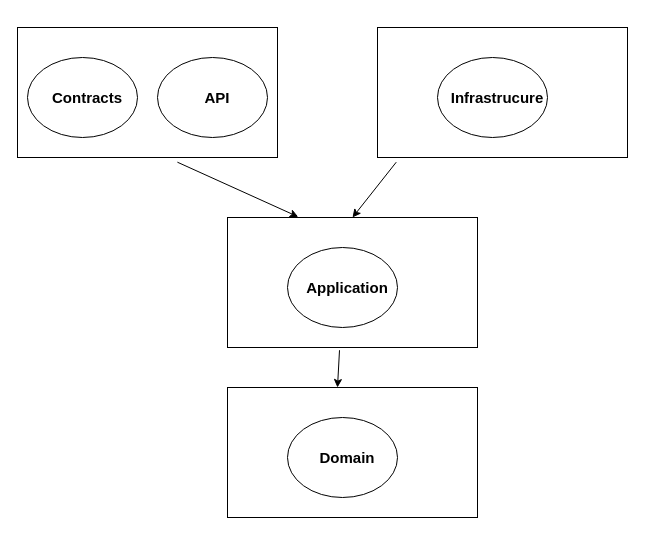
karthik2265/BuberDinner keeps this draw.io diagram as Untitled Diagram.drawio. Above is the earlier version. Source tidied: cells renumbered, new cells numbered last; positions are measured from the earlier drawing's top-left corner, leaving out a move shared by most shapes. Both pictures are drawn from the tidied source at 100%, with x=0, y=0 at pixel (17, 27).
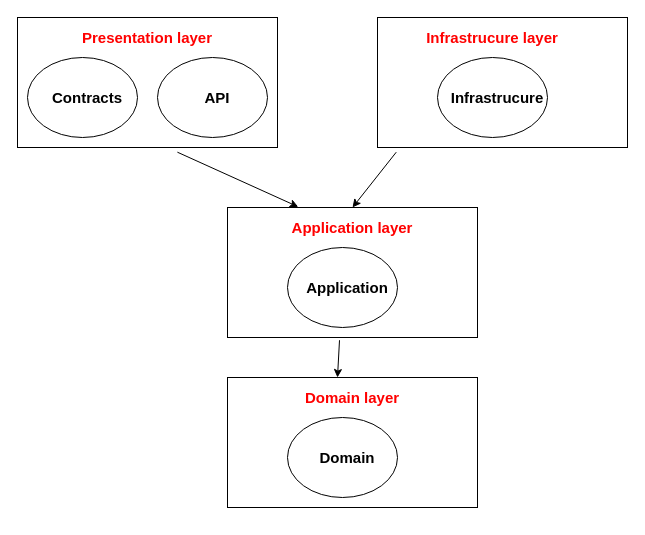
Above is the later version.

Commit message:
proj and struct with layers

Change to the diagram source:
```diff
@@
     <mxCell id="2" style="rounded=0;whiteSpace=wrap;html=1;" parent="1" vertex="1">
-      <mxGeometry width="260" height="130" as="geometry" />
+      <mxGeometry y="-10" width="260" height="130" as="geometry" />
     </mxCell>
@@
     <mxCell id="9" style="rounded=0;whiteSpace=wrap;html=1;fontSize=15;" parent="1" vertex="1">
-      <mxGeometry x="360" width="250" height="130" as="geometry" />
+      <mxGeometry x="360" y="-10" width="250" height="130" as="geometry" />
     </mxCell>
@@
     <mxCell id="13" style="rounded=0;whiteSpace=wrap;html=1;fontSize=15;" parent="1" vertex="1">
-      <mxGeometry x="210" y="190" width="250" height="130" as="geometry" />
+      <mxGeometry x="210" y="180" width="250" height="130" as="geometry" />
     </mxCell>
@@
     <mxCell id="17" style="rounded=0;whiteSpace=wrap;html=1;fontSize=15;" parent="1" vertex="1">
-      <mxGeometry x="210" y="360" width="250" height="130" as="geometry" />
+      <mxGeometry x="210" y="350" width="250" height="130" as="geometry" />
     </mxCell>
@@
+    <mxCell id="24" value="&lt;b style=&quot;&quot;&gt;&lt;font color=&quot;#ff0000&quot;&gt;Presentation layer&lt;/font&gt;&lt;/b&gt;" style="text;html=1;strokeColor=none;fillColor=none;align=center;verticalAlign=middle;whiteSpace=wrap;rounded=0;fontSize=15;" parent="1" vertex="1">
+      <mxGeometry x="55" y="-10" width="150" height="40" as="geometry" />
+    </mxCell>
+    <mxCell id="25" value="&lt;b style=&quot;&quot;&gt;&lt;font color=&quot;#ff0000&quot;&gt;Domain layer&lt;/font&gt;&lt;/b&gt;" style="text;html=1;strokeColor=none;fillColor=none;align=center;verticalAlign=middle;whiteSpace=wrap;rounded=0;fontSize=15;" parent="1" vertex="1">
+      <mxGeometry x="260" y="350" width="150" height="40" as="geometry" />
+    </mxCell>
+    <mxCell id="26" value="&lt;b style=&quot;&quot;&gt;&lt;font color=&quot;#ff0000&quot;&gt;Application layer&lt;/font&gt;&lt;/b&gt;" style="text;html=1;strokeColor=none;fillColor=none;align=center;verticalAlign=middle;whiteSpace=wrap;rounded=0;fontSize=15;" parent="1" vertex="1">
+      <mxGeometry x="260" y="180" width="150" height="40" as="geometry" />
+    </mxCell>
+    <mxCell id="27" value="&lt;b style=&quot;&quot;&gt;&lt;font color=&quot;#ff0000&quot;&gt;Infrastrucure layer&lt;/font&gt;&lt;/b&gt;" style="text;html=1;strokeColor=none;fillColor=none;align=center;verticalAlign=middle;whiteSpace=wrap;rounded=0;fontSize=15;" parent="1" vertex="1">
+      <mxGeometry x="400" y="-10" width="150" height="40" as="geometry" />
+    </mxCell>
```
